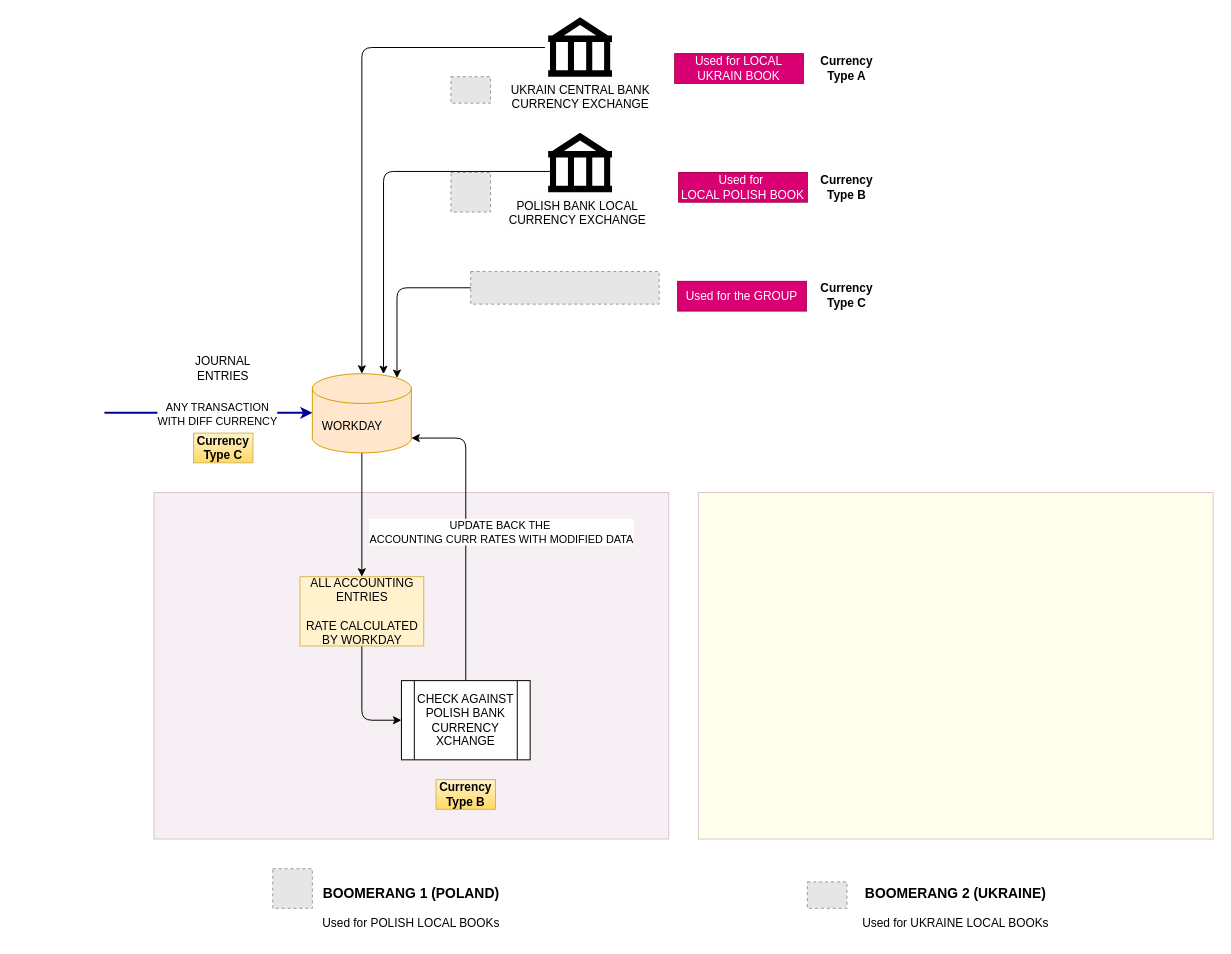
The draw.io diagram Welltech Boomerang.drawio in sandyaroma/sandyaroma, before the edit. Source tidied: cells renumbered, new cells numbered last; positions are measured from the earlier drawing's top-left corner, leaving out a move shared by most shapes. Both pictures are drawn from the tidied source at 99%, with x=0, y=0 at pixel (104, 17). Pictures stored in the file or linked from it are replaced by grey dashed boxes.
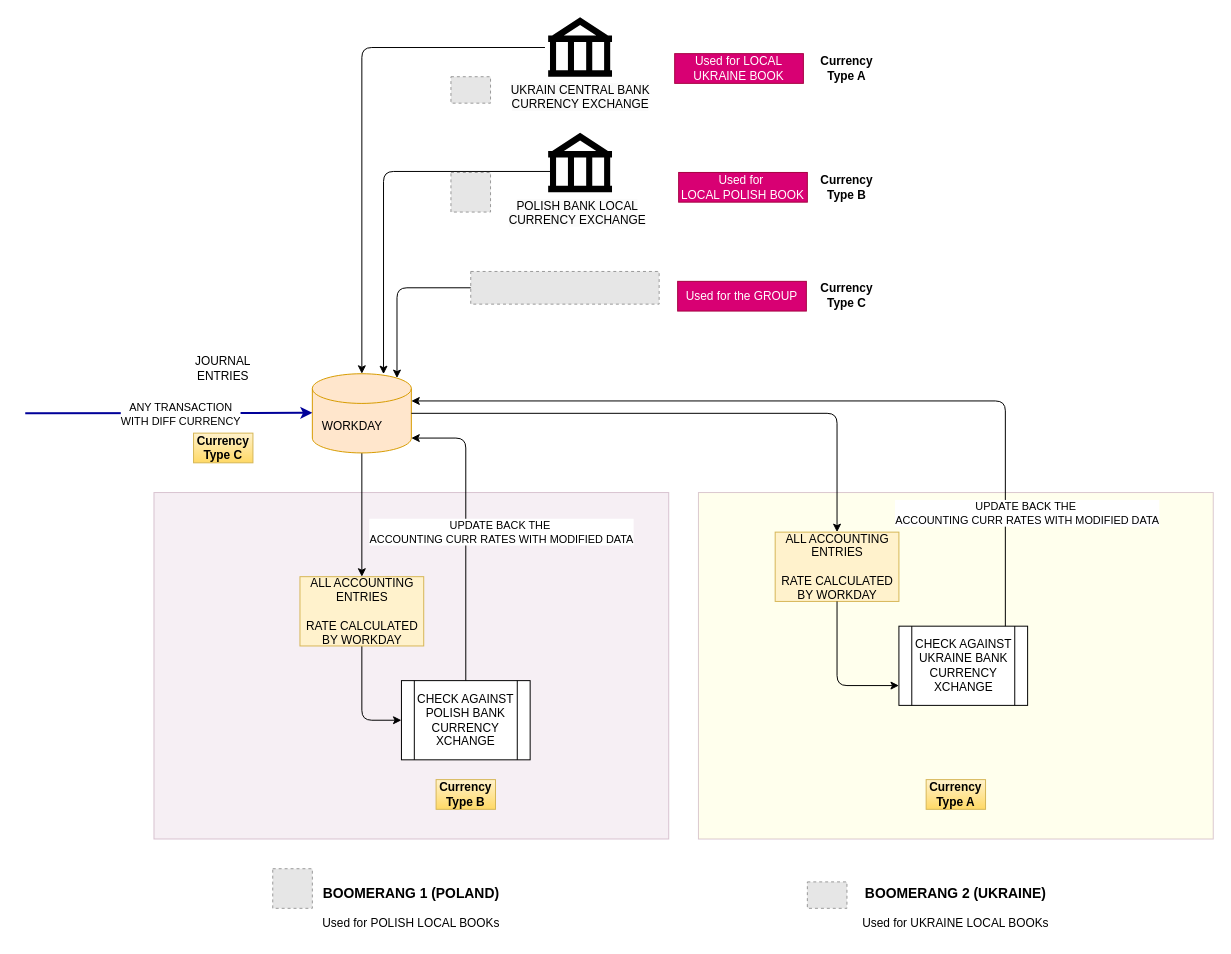
The same diagram, later.

Unchanged cells that the change refers to:
```xml
<mxCell id="4" value="WORKDAY&lt;span style=&quot;white-space: pre;&quot;&gt;&#9;&lt;/span&gt;" style="shape=cylinder3;whiteSpace=wrap;html=1;boundedLbl=1;backgroundOutline=1;size=15;fillColor=#ffe6cc;strokeColor=#d79b00;" parent="1" vertex="1">
  <mxGeometry x="210" y="360" width="100" height="80" as="geometry" />
</mxCell>
```

Change to the diagram source:
```diff
@@
     <mxCell id="10" style="endArrow=classic;html=1;rounded=0;strokeWidth=2;strokeColor=#000099;" parent="1" edge="1">
       <mxGeometry relative="1" as="geometry">
-        <mxPoint y="399.5" as="sourcePoint" />
+        <mxPoint x="-80" y="400" as="sourcePoint" />
         <mxPoint x="210" y="399.5" as="targetPoint" />
       </mxGeometry>
     </mxCell>
@@
-    <mxCell id="21" value="Used for LOCAL UKRAIN BOOK" style="text;html=1;align=center;verticalAlign=middle;whiteSpace=wrap;rounded=0;fillColor=#d80073;fontColor=#ffffff;strokeColor=#A50040;" parent="1" vertex="1">
+    <mxCell id="21" value="Used for LOCAL UKRAINE BOOK" style="text;html=1;align=center;verticalAlign=middle;whiteSpace=wrap;rounded=0;fillColor=#d80073;fontColor=#ffffff;strokeColor=#A50040;" parent="1" vertex="1">
       <mxGeometry x="576" y="36.7" width="130" height="30" as="geometry" />
     </mxCell>
@@
+    <mxCell id="36" style="edgeStyle=orthogonalEdgeStyle;rounded=1;jettySize=auto;html=1;exitX=1;exitY=0.5;exitDx=0;exitDy=0;exitPerimeter=0;curved=0;" parent="1" edge="1" source="4" target="37">
+      <mxGeometry relative="1" as="geometry" />
+    </mxCell>
+    <mxCell id="37" value="ALL ACCOUNTING ENTRIES&lt;div&gt;&lt;br&gt;&lt;/div&gt;&lt;div&gt;RATE CALCULATED BY WORKDAY&lt;/div&gt;" style="text;html=1;align=center;verticalAlign=middle;whiteSpace=wrap;rounded=0;fillColor=#fff2cc;strokeColor=#d6b656;" parent="1" vertex="1">
+      <mxGeometry x="677.5" y="520" width="125" height="70" as="geometry" />
+    </mxCell>
+    <mxCell id="38" value="CHECK AGAINST UKRAINE BANK CURRENCY XCHANGE" style="shape=process;whiteSpace=wrap;html=1;backgroundOutline=1;" parent="1" vertex="1">
+      <mxGeometry x="802.5" y="615" width="130" height="80" as="geometry" />
+    </mxCell>
+    <mxCell id="39" style="edgeStyle=orthogonalEdgeStyle;rounded=1;jettySize=auto;html=1;entryX=1;entryY=0;entryDx=0;entryDy=27.5;entryPerimeter=0;curved=0;" parent="1" edge="1" source="38" target="4">
+      <mxGeometry relative="1" as="geometry">
+        <Array as="points">
+          <mxPoint x="910" y="388" />
+        </Array>
+      </mxGeometry>
+    </mxCell>
+    <mxCell id="40" value="UPDATE BACK THE&amp;nbsp;&lt;div&gt;ACCOUNTING CURR RATES WITH MODIFIED DATA&lt;/div&gt;" style="edgeLabel;html=1;align=center;verticalAlign=middle;" parent="39" vertex="1">
+      <mxGeometry x="-0.17" y="3" relative="1" as="geometry">
+        <mxPoint x="137" y="110" as="offset" />
+      </mxGeometry>
+    </mxCell>
+    <mxCell id="41" value="&lt;b&gt;Currency Type A&lt;/b&gt;" style="text;html=1;align=center;verticalAlign=middle;whiteSpace=wrap;rounded=0;fillColor=#fff2cc;gradientColor=#ffd966;strokeColor=#d6b656;" parent="1" vertex="1">
+      <mxGeometry x="830" y="770" width="60" height="30" as="geometry" />
+    </mxCell>
+    <mxCell id="42" style="edgeStyle=orthogonalEdgeStyle;rounded=1;jettySize=auto;html=1;exitX=0.5;exitY=1;exitDx=0;exitDy=0;entryX=0;entryY=0.75;entryDx=0;entryDy=0;curved=0;" parent="1" edge="1" source="37" target="38">
+      <mxGeometry relative="1" as="geometry" />
+    </mxCell>
```
